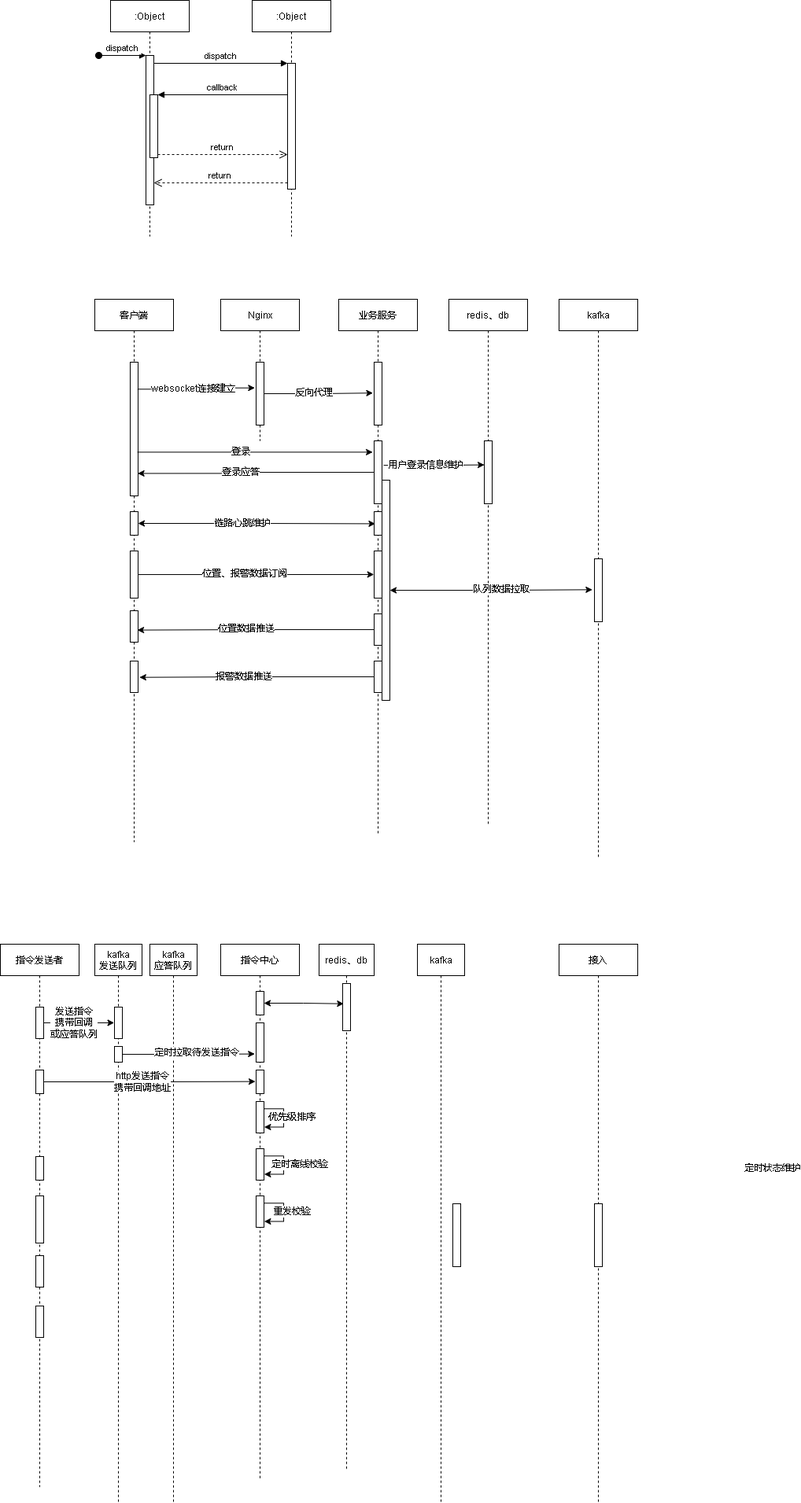
xktder/draw keeps this draw.io diagram as cgopro关键业务.drawio.png. Above is the earlier version. Source tidied: cells renumbered, new cells last; positions are measured from the earlier drawing's top-left corner, leaving out a move shared by most shapes.
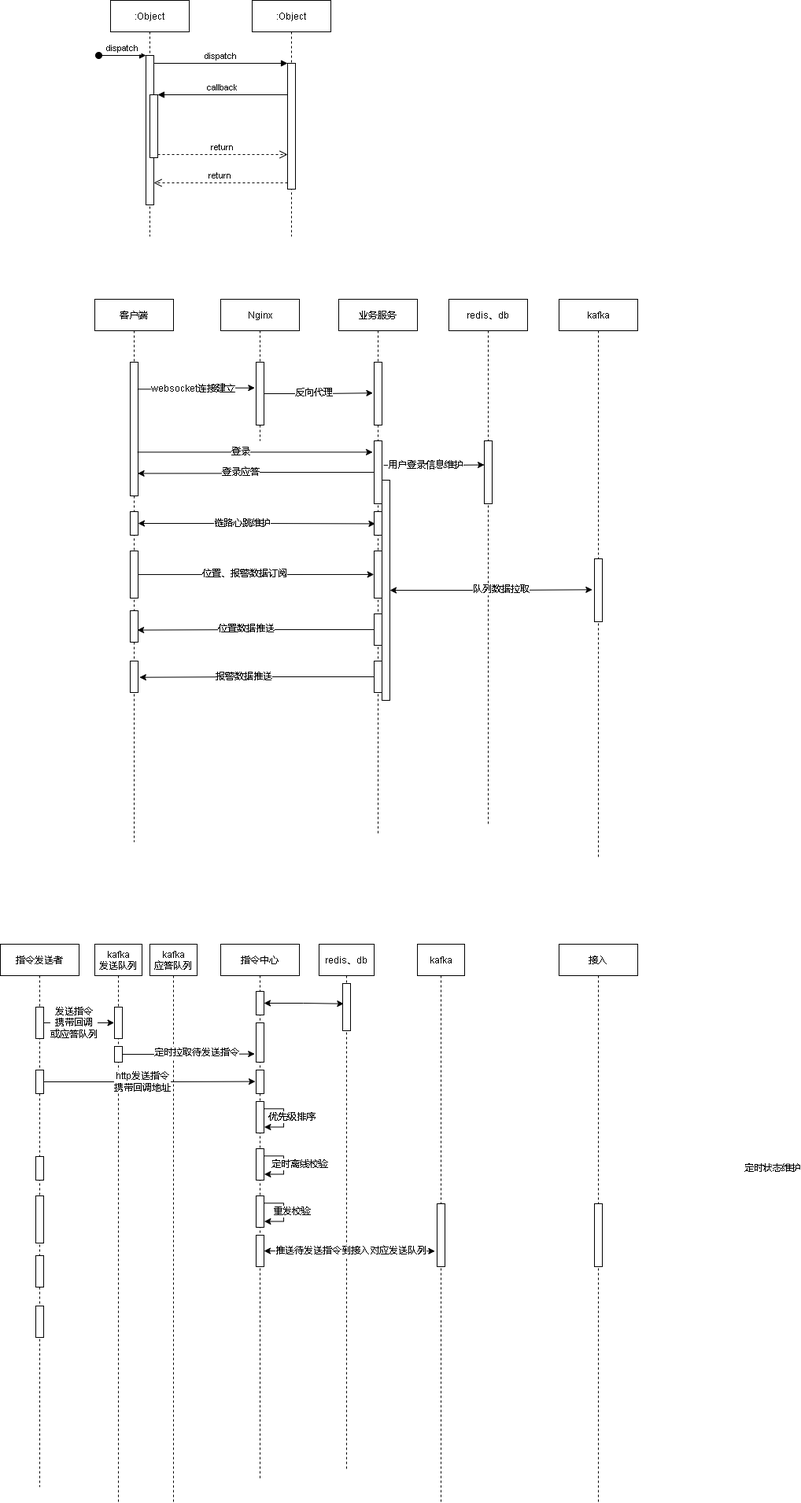
Above is the later version.

Commit message:
更新cgopro关键业务.drawio.png

Diff of the diagram source:
```diff
@@ -237,6 +237,9 @@
     <mxCell id="71" style="points=[];perimeter=orthogonalPerimeter;rounded=0;shadow=0;strokeWidth=1;" parent="59" vertex="1">
       <mxGeometry x="45" y="60" width="10" height="30" as="geometry" />
     </mxCell>
+    <mxCell id="90" style="points=[];perimeter=orthogonalPerimeter;rounded=0;shadow=0;strokeWidth=1;" parent="59" vertex="1">
+      <mxGeometry x="45" y="370" width="10" height="40" as="geometry" />
+    </mxCell>
     <mxCell id="72" value="redis、db" style="shape=umlLifeline;perimeter=lifelinePerimeter;rounded=0;shadow=0;strokeWidth=1;" parent="1" vertex="1">
       <mxGeometry x="405" y="1200" width="70" height="670" as="geometry" />
     </mxCell>
@@ -247,7 +250,7 @@
       <mxGeometry x="530" y="1200" width="60" height="710" as="geometry" />
     </mxCell>
     <mxCell id="75" style="points=[];perimeter=orthogonalPerimeter;rounded=0;shadow=0;strokeWidth=1;" parent="74" vertex="1">
-      <mxGeometry x="45" y="330" width="10" height="80" as="geometry" />
+      <mxGeometry x="25" y="330" width="10" height="80" as="geometry" />
     </mxCell>
     <mxCell id="76" value="接入" style="shape=umlLifeline;perimeter=lifelinePerimeter;rounded=0;shadow=0;strokeWidth=1;" parent="1" vertex="1">
       <mxGeometry x="710" y="1200" width="100" height="710" as="geometry" />
@@ -295,5 +298,13 @@
         <mxPoint x="589" y="211" as="offset" />
       </mxGeometry>
     </mxCell>
+    <mxCell id="91" style="edgeStyle=orthogonalEdgeStyle;rounded=0;jettySize=auto;html=1;entryX=-0.269;entryY=0.753;entryDx=0;entryDy=0;entryPerimeter=0;startArrow=classic;startFill=1;" parent="1" edge="1" source="90" target="75">
+      <mxGeometry relative="1" as="geometry" />
+    </mxCell>
+    <mxCell id="92" value="推送待发送指令到接入对应发送队列" style="edgeLabel;html=1;align=center;verticalAlign=middle;" parent="91" vertex="1">
+      <mxGeometry x="0.11" y="1" relative="1" as="geometry">
+        <mxPoint x="-9" y="1" as="offset" />
+      </mxGeometry>
+    </mxCell>
   </root>
 </mxGraphModel>
```
